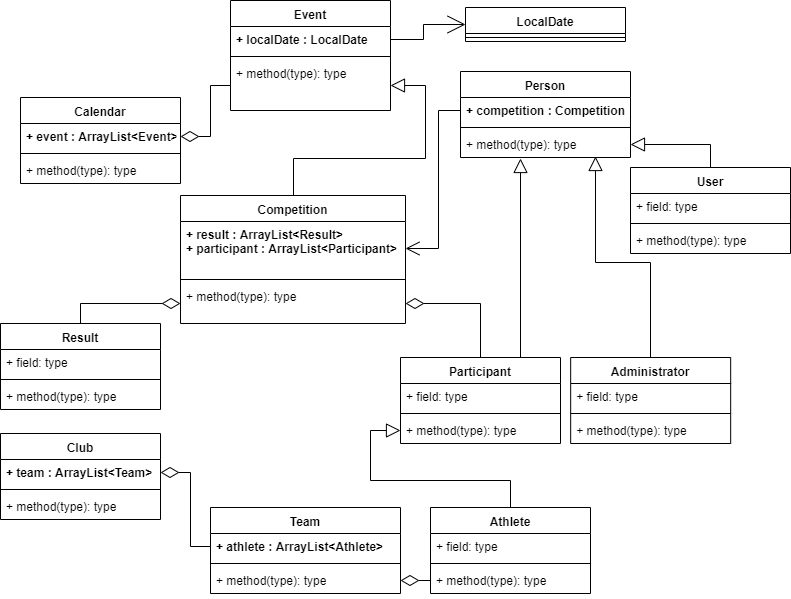
The draw.io diagram diagrams/class/uml-class-diagram-application.png in skarning/software-engineering-gr14-project, before a commit. Source tidied: cells renumbered, new cells last; positions are measured from the earlier drawing's top-left corner, leaving out a move shared by most shapes.
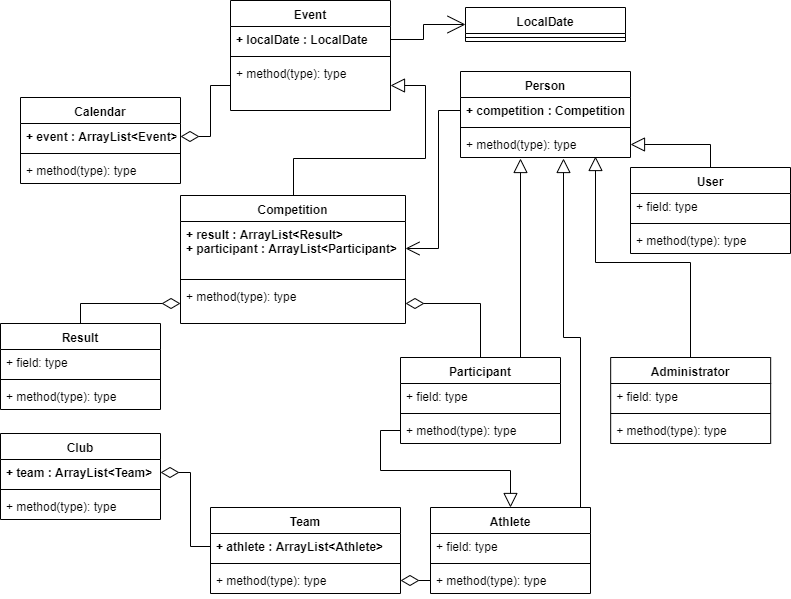
The same diagram one commit later.

Commit message:
Change to Participant extends Athlete and..

.. Athlete extends Person

What changed in the source:
```diff
@@ -17,9 +17,18 @@
     <mxCell id="6" value="+ method(type): type" style="text;strokeColor=none;fillColor=none;align=left;verticalAlign=top;spacingLeft=4;spacingRight=4;overflow=hidden;" parent="3" vertex="1">
       <mxGeometry y="60" width="160" height="26" as="geometry" />
     </mxCell>
-    <mxCell id="7" style="edgeStyle=orthogonalEdgeStyle;rounded=0;jettySize=auto;html=1;exitX=0.5;exitY=0;exitDx=0;exitDy=0;endArrow=block;endFill=0;entryX=0;entryY=0.5;entryDx=0;entryDy=0;endSize=12;" parent="1" edge="1" source="8" target="45">
+    <mxCell id="7" style="edgeStyle=orthogonalEdgeStyle;rounded=0;jettySize=auto;html=1;exitX=0.5;exitY=0;exitDx=0;exitDy=0;endArrow=none;endFill=0;entryX=0;entryY=0.5;entryDx=0;entryDy=0;endSize=6;startArrow=block;startFill=0;startSize=12;" parent="1" edge="1" source="8" target="45">
       <mxGeometry relative="1" as="geometry" />
     </mxCell>
+    <mxCell id="60" style="edgeStyle=orthogonalEdgeStyle;rounded=0;jettySize=auto;html=1;exitX=0.75;exitY=0;exitDx=0;exitDy=0;startArrow=none;startFill=0;startSize=6;endArrow=block;endFill=0;endSize=12;strokeWidth=1;entryX=0.608;entryY=1.026;entryDx=0;entryDy=0;entryPerimeter=0;" parent="1" edge="1" source="8" target="49">
+      <mxGeometry relative="1" as="geometry">
+        <Array as="points">
+          <mxPoint x="580" y="507" />
+          <mxPoint x="580" y="337" />
+          <mxPoint x="563" y="337" />
+        </Array>
+      </mxGeometry>
+    </mxCell>
     <mxCell id="8" value="Athlete" style="swimlane;fontStyle=1;align=center;verticalAlign=top;horizontal=1;startSize=26;" parent="1" vertex="1">
       <mxGeometry x="430" y="507" width="160" height="86" as="geometry" />
     </mxCell>
@@ -48,7 +57,7 @@
       <mxGeometry relative="1" as="geometry" />
     </mxCell>
     <mxCell id="17" value="Administrator" style="swimlane;fontStyle=1;align=center;verticalAlign=top;horizontal=1;startSize=26;" parent="1" vertex="1">
-      <mxGeometry x="570.2" y="357" width="160" height="86" as="geometry" />
+      <mxGeometry x="610.2" y="357" width="160" height="86" as="geometry" />
     </mxCell>
     <mxCell id="18" value="+ field: type" style="text;strokeColor=none;fillColor=none;align=left;verticalAlign=top;spacingLeft=4;spacingRight=4;overflow=hidden;" parent="17" vertex="1">
       <mxGeometry y="26" width="160" height="26" as="geometry" />
```
